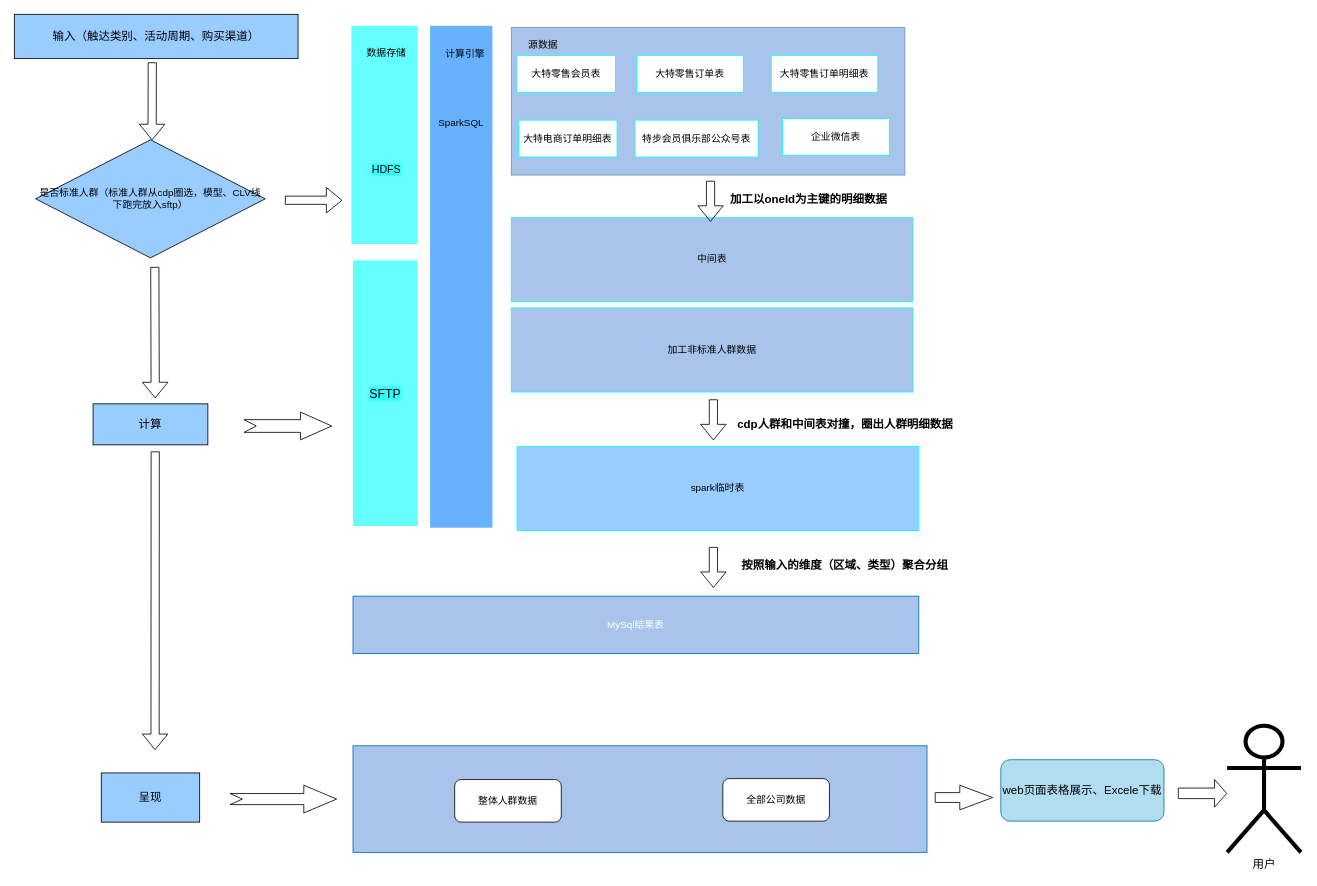
Above: 活动报告.drawio in DThadch/draw (draw.io), before the change. Source tidied: cells renumbered, new cells numbered last; positions are measured from the earlier drawing's top-left corner, leaving out a move shared by most shapes. Both pictures are drawn from the tidied source at 82%, with x=0, y=0 at pixel (14, 14).
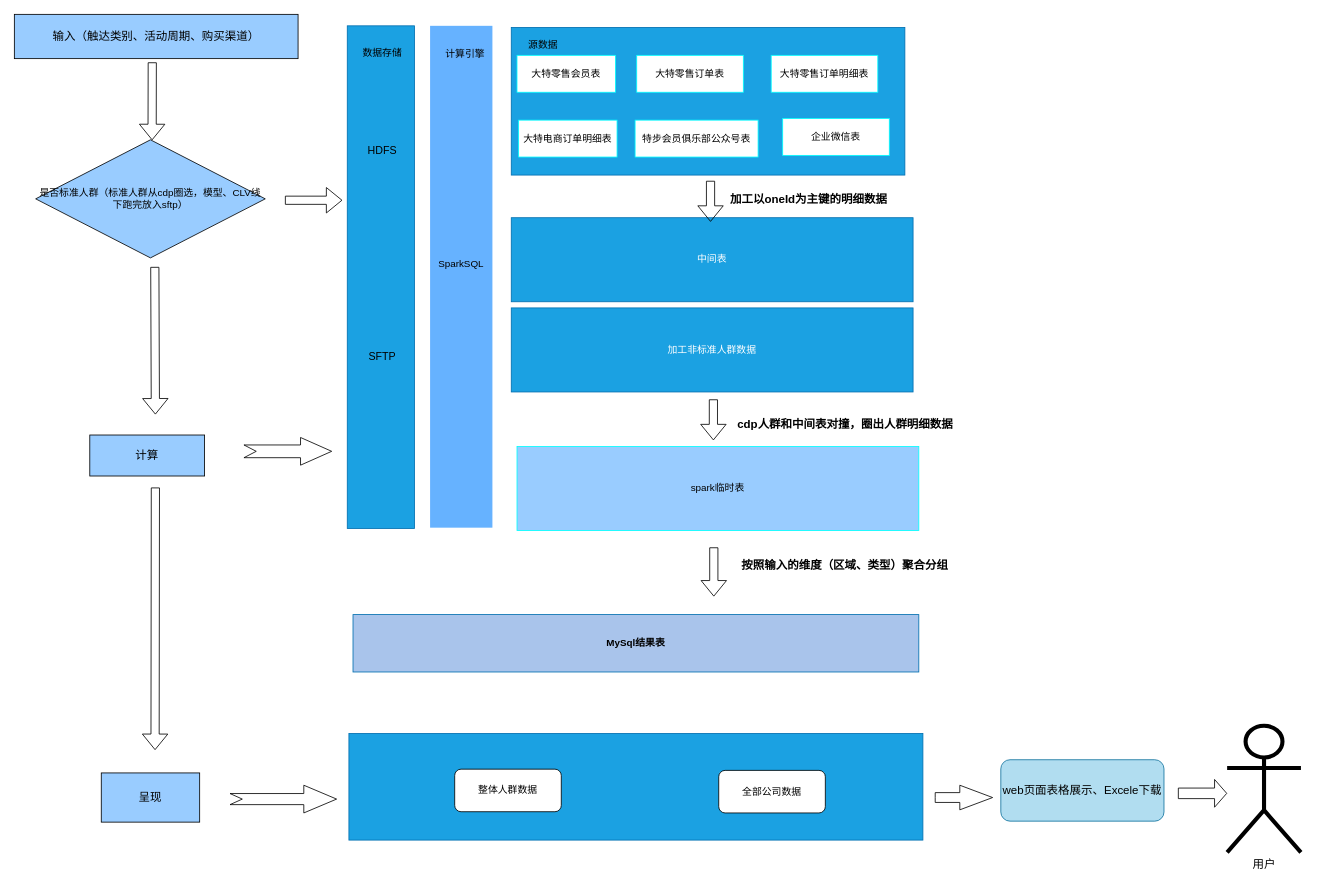
The same page after the edit.

Commit message:
更新活动报告.drawio

What changed in the source:
```diff
@@
-    <mxCell id="2" value="MySql结果表" style="rounded=0;whiteSpace=wrap;html=1;fillColor=#A9C4EB;fontColor=#ffffff;strokeColor=#006EAF;" parent="1" vertex="1">
-      <mxGeometry x="413" y="709.5" width="690" height="70" as="geometry" />
+    <mxCell id="2" value="&lt;b&gt;MySql结果表&lt;/b&gt;" style="rounded=0;whiteSpace=wrap;html=1;fillColor=#A9C4EB;fontColor=#000000;strokeColor=#006EAF;" parent="1" vertex="1">
+      <mxGeometry x="413" y="732" width="690" height="70" as="geometry" />
     </mxCell>
-    <mxCell id="3" style="rounded=0;whiteSpace=wrap;html=1;fontSize=15;fontColor=#FFFFFF;fillColor=#66FFFF;labelBackgroundColor=#33FFFF;strokeColor=none;" parent="1" vertex="1">
-      <mxGeometry x="411" y="14" width="81" height="266" as="geometry" />
-    </mxCell>
-    <mxCell id="4" value="&lt;font color=&quot;#000000&quot; style=&quot;font-size: 12px;&quot;&gt;数据存储&lt;/font&gt;" style="text;html=1;strokeColor=none;fillColor=none;align=center;verticalAlign=middle;whiteSpace=wrap;rounded=0;fontSize=12;fontColor=#FFFFFF;" parent="1" vertex="1">
-      <mxGeometry x="423.5" y="32" width="60" height="30" as="geometry" />
-    </mxCell>
-    <mxCell id="5" value="HDFS" style="text;html=1;strokeColor=none;fillColor=none;align=center;verticalAlign=middle;whiteSpace=wrap;rounded=0;labelBackgroundColor=#33FFFF;fontSize=13;fontColor=#000000;" parent="1" vertex="1">
-      <mxGeometry x="423.5" y="174" width="60" height="30" as="geometry" />
-    </mxCell>
@@
     <mxCell id="8" value="SparkSQL" style="text;html=1;strokeColor=none;fillColor=none;align=center;verticalAlign=middle;whiteSpace=wrap;rounded=0;labelBackgroundColor=none;fontSize=12;fontColor=#000000;" parent="1" vertex="1">
-      <mxGeometry x="515" y="118" width="60" height="30" as="geometry" />
+      <mxGeometry x="515" y="289" width="60" height="30" as="geometry" />
     </mxCell>
-    <mxCell id="9" style="rounded=0;whiteSpace=wrap;html=1;labelBackgroundColor=none;strokeColor=#6c8ebf;fontSize=12;fillColor=#A9C4EB;" parent="1" vertex="1">
+    <mxCell id="9" style="rounded=0;whiteSpace=wrap;html=1;labelBackgroundColor=none;strokeColor=#006EAF;fontSize=12;fillColor=#1ba1e2;fontColor=#ffffff;" parent="1" vertex="1">
       <mxGeometry x="606" y="16" width="480" height="180" as="geometry" />
     </mxCell>
@@
-    <mxCell id="14" value="中间表" style="rounded=0;whiteSpace=wrap;html=1;labelBackgroundColor=none;strokeColor=#00FFFF;fontSize=12;fontColor=#000000;fillColor=#A9C4EB;" parent="1" vertex="1">
+    <mxCell id="14" value="中间表" style="rounded=0;whiteSpace=wrap;html=1;labelBackgroundColor=none;strokeColor=#006EAF;fontSize=12;fontColor=#ffffff;fillColor=#1ba1e2;" parent="1" vertex="1">
       <mxGeometry x="606" y="248" width="490" height="102.5" as="geometry" />
     </mxCell>
@@
     <mxCell id="22" style="shape=flexArrow;endArrow=classic;html=1;rounded=0;" parent="1" edge="1">
       <mxGeometry relative="1" as="geometry">
-        <mxPoint x="852.5" y="649.5" as="sourcePoint" />
-        <mxPoint x="852.5" y="699.5" as="targetPoint" />
+        <mxPoint x="853" y="650" as="sourcePoint" />
+        <mxPoint x="853" y="710" as="targetPoint" />
       </mxGeometry>
     </mxCell>
@@
     <mxCell id="24" style="shape=flexArrow;endArrow=classic;html=1;rounded=0;fontSize=14;fontColor=#000000;" parent="1" edge="1">
       <mxGeometry relative="1" as="geometry">
         <mxPoint x="171.3" y="308" as="sourcePoint" />
-        <mxPoint x="171.8" y="468.2" as="targetPoint" />
+        <mxPoint x="172" y="488" as="targetPoint" />
       </mxGeometry>
     </mxCell>
@@
     <mxCell id="26" value="计算" style="rounded=0;whiteSpace=wrap;html=1;fontSize=14;fontColor=#000000;fillColor=#99CCFF;" parent="1" vertex="1">
-      <mxGeometry x="96" y="475" width="140" height="50" as="geometry" />
+      <mxGeometry x="92" y="513" width="140" height="50" as="geometry" />
     </mxCell>
     <mxCell id="27" style="shape=flexArrow;endArrow=classic;html=1;rounded=0;fontSize=14;fontColor=#000000;" parent="1" edge="1">
       <mxGeometry x="1" y="-149" relative="1" as="geometry">
-        <mxPoint x="171.8" y="533" as="sourcePoint" />
+        <mxPoint x="172" y="577" as="sourcePoint" />
         <mxPoint x="171.6" y="897.2" as="targetPoint" />
         <mxPoint x="129" y="147" as="offset" />
       </mxGeometry>
     </mxCell>
@@
-    <mxCell id="29" style="rounded=0;whiteSpace=wrap;html=1;fontSize=14;fontColor=#ffffff;fillColor=#A9C4EB;strokeColor=#006EAF;" parent="1" vertex="1">
-      <mxGeometry x="413" y="892" width="700" height="130" as="geometry" />
+    <mxCell id="29" style="rounded=0;whiteSpace=wrap;html=1;fontSize=14;fontColor=#ffffff;fillColor=#1ba1e2;strokeColor=#006EAF;" parent="1" vertex="1">
+      <mxGeometry x="408" y="877" width="700" height="130" as="geometry" />
     </mxCell>
@@
     <mxCell id="31" style="html=1;shadow=0;dashed=0;align=center;verticalAlign=middle;shape=mxgraph.arrows2.arrow;dy=0.54;dx=38;notch=15;fontSize=14;fontColor=#000000;fillColor=none;" parent="1" vertex="1">
-      <mxGeometry x="280" y="485.1" width="107" height="33.8" as="geometry" />
+      <mxGeometry x="280" y="516" width="107" height="33.8" as="geometry" />
     </mxCell>
@@
     <mxCell id="36" value="整体人群数据" style="rounded=1;whiteSpace=wrap;html=1;" parent="1" vertex="1">
-      <mxGeometry x="537" y="933.2" width="130" height="51.9" as="geometry" />
+      <mxGeometry x="537" y="920.5" width="130" height="51.9" as="geometry" />
     </mxCell>
     <mxCell id="37" value="全部公司数据" style="rounded=1;whiteSpace=wrap;html=1;" parent="1" vertex="1">
-      <mxGeometry x="864" y="932" width="130" height="51.9" as="geometry" />
+      <mxGeometry x="859" y="922" width="130" height="51.9" as="geometry" />
     </mxCell>
@@
-    <mxCell id="39" value="&lt;font color=&quot;#000000&quot;&gt;SFTP&lt;/font&gt;" style="rounded=0;whiteSpace=wrap;html=1;fontSize=15;fontColor=#FFFFFF;fillColor=#66FFFF;labelBackgroundColor=#33FFFF;strokeColor=none;" parent="1" vertex="1">
-      <mxGeometry x="413" y="300" width="79" height="324" as="geometry" />
-    </mxCell>
@@
-    <mxCell id="43" value="加工非标准人群数据" style="rounded=0;whiteSpace=wrap;html=1;labelBackgroundColor=none;strokeColor=#00FFFF;fontSize=12;fontColor=#000000;fillColor=#A9C4EB;" parent="1" vertex="1">
+    <mxCell id="43" value="加工非标准人群数据" style="rounded=0;whiteSpace=wrap;html=1;labelBackgroundColor=none;strokeColor=#006EAF;fontSize=12;fontColor=#ffffff;fillColor=#1ba1e2;" parent="1" vertex="1">
       <mxGeometry x="606" y="358" width="490" height="102.5" as="geometry" />
     </mxCell>
+    <mxCell id="44" style="rounded=0;whiteSpace=wrap;html=1;fontSize=15;fontColor=#ffffff;fillColor=#1ba1e2;labelBackgroundColor=#33FFFF;strokeColor=#006EAF;" parent="1" vertex="1">
+      <mxGeometry x="406" y="14" width="82" height="613" as="geometry" />
+    </mxCell>
+    <mxCell id="4" value="&lt;font color=&quot;#000000&quot; style=&quot;font-size: 12px;&quot;&gt;数据存储&lt;/font&gt;" style="text;html=1;strokeColor=none;fillColor=none;align=center;verticalAlign=middle;whiteSpace=wrap;rounded=0;fontSize=12;fontColor=#FFFFFF;" parent="1" vertex="1">
+      <mxGeometry x="418.5" y="32" width="60" height="30" as="geometry" />
+    </mxCell>
+    <mxCell id="5" value="HDFS" style="text;html=1;strokeColor=none;fillColor=none;align=center;verticalAlign=middle;whiteSpace=wrap;rounded=0;labelBackgroundColor=none;fontSize=13;fontColor=#000000;" parent="1" vertex="1">
+      <mxGeometry x="418.5" y="151" width="60" height="30" as="geometry" />
+    </mxCell>
+    <mxCell id="39" value="SFTP" style="text;html=1;strokeColor=none;fillColor=none;align=center;verticalAlign=middle;whiteSpace=wrap;rounded=0;labelBackgroundColor=none;fontSize=13;fontColor=#000000;" parent="1" vertex="1">
+      <mxGeometry x="418.5" y="402" width="60" height="30" as="geometry" />
+    </mxCell>
```
